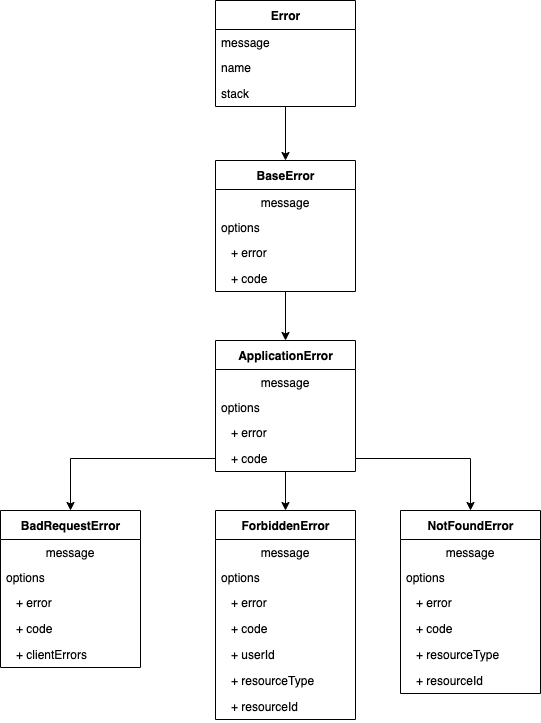
The draw.io diagram resources/diagram.png in DManavi/error_lib, before a commit. Source tidied: cells renumbered, new cells last; positions are measured from the earlier drawing's top-left corner, leaving out a move shared by most shapes.
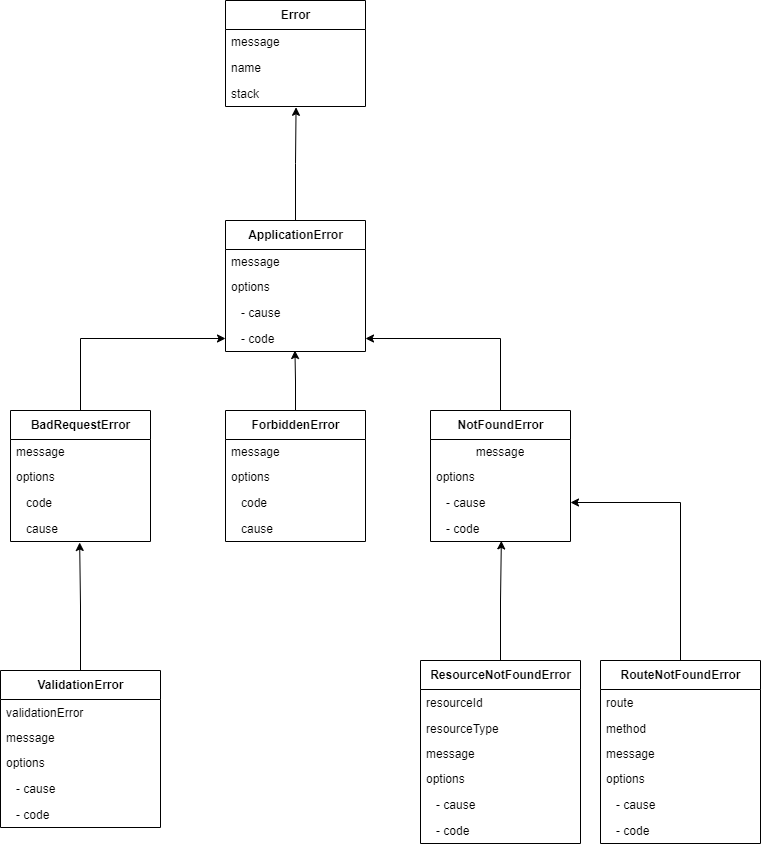
After the commit.

The edit, as a diff of the source:
```diff
@@ -2,29 +2,8 @@
   <root>
     <mxCell id="0" />
     <mxCell id="1" parent="0" />
-    <mxCell id="2" style="edgeStyle=orthogonalEdgeStyle;rounded=0;jettySize=auto;html=1;entryX=0.5;entryY=0;entryDx=0;entryDy=0;" parent="1" edge="1" source="3" target="14">
-      <mxGeometry relative="1" as="geometry" />
-    </mxCell>
-    <mxCell id="3" value="BaseError" style="swimlane;fontStyle=1;align=center;verticalAlign=middle;horizontal=1;startSize=29;html=1;" parent="1" vertex="1">
-      <mxGeometry x="215" y="160" width="140" height="131" as="geometry" />
-    </mxCell>
-    <mxCell id="4" value="message" style="text;html=1;strokeColor=none;fillColor=none;align=center;verticalAlign=middle;spacingLeft=4;spacingRight=4;overflow=hidden;" parent="3" vertex="1">
-      <mxGeometry y="29" width="140" height="25" as="geometry" />
-    </mxCell>
-    <mxCell id="5" value="options" style="text;html=1;strokeColor=none;fillColor=none;align=left;verticalAlign=middle;spacingLeft=4;spacingRight=4;overflow=hidden;" parent="3" vertex="1">
-      <mxGeometry y="54" width="140" height="25" as="geometry" />
-    </mxCell>
-    <mxCell id="6" value="   + error" style="text;strokeColor=none;fillColor=none;align=left;verticalAlign=top;spacingLeft=4;spacingRight=4;overflow=hidden;" parent="3" vertex="1">
-      <mxGeometry y="79" width="140" height="26" as="geometry" />
-    </mxCell>
-    <mxCell id="7" value="   + code" style="text;strokeColor=none;fillColor=none;align=left;verticalAlign=top;spacingLeft=4;spacingRight=4;overflow=hidden;" parent="3" vertex="1">
-      <mxGeometry y="105" width="140" height="26" as="geometry" />
-    </mxCell>
-    <mxCell id="8" style="edgeStyle=orthogonalEdgeStyle;rounded=0;jettySize=auto;html=1;entryX=0.5;entryY=0;entryDx=0;entryDy=0;" parent="1" edge="1" source="9" target="3">
-      <mxGeometry relative="1" as="geometry" />
-    </mxCell>
     <mxCell id="9" value="Error" style="swimlane;fontStyle=1;align=center;verticalAlign=middle;horizontal=1;startSize=29;html=1;" parent="1" vertex="1">
-      <mxGeometry x="215" width="140" height="106" as="geometry" />
+      <mxGeometry x="155" y="120" width="140" height="106" as="geometry" />
     </mxCell>
     <mxCell id="10" value="message" style="text;html=1;strokeColor=none;fillColor=none;align=left;verticalAlign=middle;spacingLeft=4;spacingRight=4;overflow=hidden;" parent="9" vertex="1">
       <mxGeometry y="29" width="140" height="25" as="geometry" />
@@ -35,68 +14,47 @@
     <mxCell id="12" value="stack" style="text;strokeColor=none;fillColor=none;align=left;verticalAlign=top;spacingLeft=4;spacingRight=4;overflow=hidden;points=[[0,0.5],[1,0.5]];portConstraint=eastwest;" parent="9" vertex="1">
       <mxGeometry y="80" width="140" height="26" as="geometry" />
     </mxCell>
-    <mxCell id="13" style="edgeStyle=orthogonalEdgeStyle;rounded=0;jettySize=auto;html=1;entryX=0.5;entryY=0;entryDx=0;entryDy=0;" parent="1" edge="1" source="14" target="25">
-      <mxGeometry relative="1" as="geometry" />
-    </mxCell>
+    <mxCell id="42" style="edgeStyle=orthogonalEdgeStyle;rounded=0;jettySize=auto;html=1;entryX=0.504;entryY=1.031;entryDx=0;entryDy=0;entryPerimeter=0;" parent="1" edge="1" source="14" target="12">
+      <mxGeometry relative="1" as="geometry" />
+    </mxCell>
     <mxCell id="14" value="ApplicationError" style="swimlane;fontStyle=1;align=center;verticalAlign=middle;horizontal=1;startSize=29;html=1;" parent="1" vertex="1">
-      <mxGeometry x="215" y="340" width="140" height="131" as="geometry" />
+      <mxGeometry x="155" y="340" width="140" height="131" as="geometry" />
     </mxCell>
-    <mxCell id="15" value="message" style="text;html=1;strokeColor=none;fillColor=none;align=center;verticalAlign=middle;spacingLeft=4;spacingRight=4;overflow=hidden;" parent="14" vertex="1">
+    <mxCell id="15" value="message" style="text;html=1;strokeColor=none;fillColor=none;align=left;verticalAlign=middle;spacingLeft=4;spacingRight=4;overflow=hidden;" parent="14" vertex="1">
       <mxGeometry y="29" width="140" height="25" as="geometry" />
     </mxCell>
-    <mxCell id="16" value="options" style="text;html=1;strokeColor=none;fillColor=none;align=left;verticalAlign=middle;spacingLeft=4;spacingRight=4;overflow=hidden;" parent="14" vertex="1">
-      <mxGeometry y="54" width="140" height="25" as="geometry" />
-    </mxCell>
+    <mxCell id="43" value="options" style="text;html=1;strokeColor=none;fillColor=none;align=left;verticalAlign=middle;spacingLeft=4;spacingRight=4;overflow=hidden;" parent="14" vertex="1">
+      <mxGeometry y="54" width="140" height="25" as="geometry" />
+    </mxCell>
-    <mxCell id="17" value="   + error" style="text;strokeColor=none;fillColor=none;align=left;verticalAlign=top;spacingLeft=4;spacingRight=4;overflow=hidden;" parent="14" vertex="1">
+    <mxCell id="17" value="   - cause" style="text;strokeColor=none;fillColor=none;align=left;verticalAlign=top;spacingLeft=4;spacingRight=4;overflow=hidden;" parent="14" vertex="1">
       <mxGeometry y="79" width="140" height="26" as="geometry" />
     </mxCell>
-    <mxCell id="18" value="   + code" style="text;strokeColor=none;fillColor=none;align=left;verticalAlign=top;spacingLeft=4;spacingRight=4;overflow=hidden;points=[[0,0.5],[1,0.5]];portConstraint=eastwest;" parent="14" vertex="1">
+    <mxCell id="18" value="   - code" style="text;strokeColor=none;fillColor=none;align=left;verticalAlign=top;spacingLeft=4;spacingRight=4;overflow=hidden;points=[[0,0.5],[1,0.5]];portConstraint=eastwest;" parent="14" vertex="1">
       <mxGeometry y="105" width="140" height="26" as="geometry" />
     </mxCell>
+    <mxCell id="44" style="edgeStyle=orthogonalEdgeStyle;rounded=0;jettySize=auto;html=1;entryX=0;entryY=0.5;entryDx=0;entryDy=0;" parent="1" edge="1" source="19" target="18">
+      <mxGeometry relative="1" as="geometry" />
+    </mxCell>
     <mxCell id="19" value="BadRequestError" style="swimlane;fontStyle=1;align=center;verticalAlign=middle;horizontal=1;startSize=29;html=1;" parent="1" vertex="1">
-      <mxGeometry y="510" width="140" height="157" as="geometry" />
+      <mxGeometry x="-60" y="530" width="140" height="131" as="geometry" />
     </mxCell>
-    <mxCell id="20" value="message" style="text;html=1;strokeColor=none;fillColor=none;align=center;verticalAlign=middle;spacingLeft=4;spacingRight=4;overflow=hidden;" parent="19" vertex="1">
+    <mxCell id="20" value="message" style="text;html=1;strokeColor=none;fillColor=none;align=left;verticalAlign=middle;spacingLeft=4;spacingRight=4;overflow=hidden;" parent="19" vertex="1">
       <mxGeometry y="29" width="140" height="25" as="geometry" />
     </mxCell>
-    <mxCell id="21" value="options" style="text;html=1;strokeColor=none;fillColor=none;align=left;verticalAlign=middle;spacingLeft=4;spacingRight=4;overflow=hidden;" parent="19" vertex="1">
-      <mxGeometry y="54" width="140" height="25" as="geometry" />
-    </mxCell>
-    <mxCell id="22" value="   + error" style="text;strokeColor=none;fillColor=none;align=left;verticalAlign=top;spacingLeft=4;spacingRight=4;overflow=hidden;" parent="19" vertex="1">
-      <mxGeometry y="79" width="140" height="26" as="geometry" />
-    </mxCell>
-    <mxCell id="23" value="   + code" style="text;strokeColor=none;fillColor=none;align=left;verticalAlign=top;spacingLeft=4;spacingRight=4;overflow=hidden;" parent="19" vertex="1">
-      <mxGeometry y="105" width="140" height="26" as="geometry" />
-    </mxCell>
-    <mxCell id="24" value="   + clientErrors" style="text;strokeColor=none;fillColor=none;align=left;verticalAlign=top;spacingLeft=4;spacingRight=4;overflow=hidden;" parent="19" vertex="1">
-      <mxGeometry y="131" width="140" height="26" as="geometry" />
-    </mxCell>
-    <mxCell id="25" value="ForbiddenError" style="swimlane;fontStyle=1;align=center;verticalAlign=middle;horizontal=1;startSize=29;html=1;" parent="1" vertex="1">
-      <mxGeometry x="215" y="510" width="140" height="209" as="geometry" />
-    </mxCell>
-    <mxCell id="26" value="message" style="text;html=1;strokeColor=none;fillColor=none;align=center;verticalAlign=middle;spacingLeft=4;spacingRight=4;overflow=hidden;" parent="25" vertex="1">
-      <mxGeometry y="29" width="140" height="25" as="geometry" />
-    </mxCell>
-    <mxCell id="27" value="options" style="text;html=1;strokeColor=none;fillColor=none;align=left;verticalAlign=middle;spacingLeft=4;spacingRight=4;overflow=hidden;" parent="25" vertex="1">
-      <mxGeometry y="54" width="140" height="25" as="geometry" />
-    </mxCell>
-    <mxCell id="28" value="   + error" style="text;strokeColor=none;fillColor=none;align=left;verticalAlign=top;spacingLeft=4;spacingRight=4;overflow=hidden;" parent="25" vertex="1">
-      <mxGeometry y="79" width="140" height="26" as="geometry" />
-    </mxCell>
-    <mxCell id="29" value="   + code" style="text;strokeColor=none;fillColor=none;align=left;verticalAlign=top;spacingLeft=4;spacingRight=4;overflow=hidden;" parent="25" vertex="1">
-      <mxGeometry y="105" width="140" height="26" as="geometry" />
-    </mxCell>
-    <mxCell id="30" value="   + userId" style="text;strokeColor=none;fillColor=none;align=left;verticalAlign=top;spacingLeft=4;spacingRight=4;overflow=hidden;" parent="25" vertex="1">
-      <mxGeometry y="131" width="140" height="26" as="geometry" />
-    </mxCell>
-    <mxCell id="31" value="   + resourceType" style="text;strokeColor=none;fillColor=none;align=left;verticalAlign=top;spacingLeft=4;spacingRight=4;overflow=hidden;" parent="25" vertex="1">
-      <mxGeometry y="157" width="140" height="26" as="geometry" />
-    </mxCell>
-    <mxCell id="32" value="   + resourceId" style="text;strokeColor=none;fillColor=none;align=left;verticalAlign=top;spacingLeft=4;spacingRight=4;overflow=hidden;" parent="25" vertex="1">
-      <mxGeometry y="183" width="140" height="26" as="geometry" />
-    </mxCell>
+    <mxCell id="45" value="options" style="text;html=1;strokeColor=none;fillColor=none;align=left;verticalAlign=middle;spacingLeft=4;spacingRight=4;overflow=hidden;" parent="19" vertex="1">
+      <mxGeometry y="54" width="140" height="25" as="geometry" />
+    </mxCell>
+    <mxCell id="46" value="   code" style="text;strokeColor=none;fillColor=none;align=left;verticalAlign=top;spacingLeft=4;spacingRight=4;overflow=hidden;" parent="19" vertex="1">
+      <mxGeometry y="79" width="140" height="26" as="geometry" />
+    </mxCell>
+    <mxCell id="47" value="   cause" style="text;strokeColor=none;fillColor=none;align=left;verticalAlign=top;spacingLeft=4;spacingRight=4;overflow=hidden;points=[[0,0.5],[1,0.5]];portConstraint=eastwest;" parent="19" vertex="1">
+      <mxGeometry y="105" width="140" height="26" as="geometry" />
+    </mxCell>
+    <mxCell id="48" style="edgeStyle=orthogonalEdgeStyle;rounded=0;jettySize=auto;html=1;entryX=1;entryY=0.5;entryDx=0;entryDy=0;" parent="1" edge="1" source="33" target="18">
+      <mxGeometry relative="1" as="geometry" />
+    </mxCell>
     <mxCell id="33" value="NotFoundError" style="swimlane;fontStyle=1;align=center;verticalAlign=middle;horizontal=1;startSize=29;html=1;" parent="1" vertex="1">
-      <mxGeometry x="400" y="510" width="140" height="183" as="geometry" />
+      <mxGeometry x="360" y="530" width="140" height="131" as="geometry" />
     </mxCell>
     <mxCell id="34" value="message" style="text;html=1;strokeColor=none;fillColor=none;align=center;verticalAlign=middle;spacingLeft=4;spacingRight=4;overflow=hidden;" parent="33" vertex="1">
       <mxGeometry y="29" width="140" height="25" as="geometry" />
@@ -104,23 +62,98 @@
     <mxCell id="35" value="options" style="text;html=1;strokeColor=none;fillColor=none;align=left;verticalAlign=middle;spacingLeft=4;spacingRight=4;overflow=hidden;" parent="33" vertex="1">
       <mxGeometry y="54" width="140" height="25" as="geometry" />
     </mxCell>
-    <mxCell id="36" value="   + error" style="text;strokeColor=none;fillColor=none;align=left;verticalAlign=top;spacingLeft=4;spacingRight=4;overflow=hidden;points=[[0,0.5],[1,0.5]];portConstraint=eastwest;" parent="33" vertex="1">
+    <mxCell id="36" value="   - cause" style="text;strokeColor=none;fillColor=none;align=left;verticalAlign=top;spacingLeft=4;spacingRight=4;overflow=hidden;points=[[0,0.5],[1,0.5]];portConstraint=eastwest;" parent="33" vertex="1">
       <mxGeometry y="79" width="140" height="26" as="geometry" />
     </mxCell>
-    <mxCell id="37" value="   + code" style="text;strokeColor=none;fillColor=none;align=left;verticalAlign=top;spacingLeft=4;spacingRight=4;overflow=hidden;points=[[0,0.5],[1,0.5]];portConstraint=eastwest;" parent="33" vertex="1">
+    <mxCell id="37" value="   - code" style="text;strokeColor=none;fillColor=none;align=left;verticalAlign=top;spacingLeft=4;spacingRight=4;overflow=hidden;points=[[0,0.5],[1,0.5]];portConstraint=eastwest;" parent="33" vertex="1">
       <mxGeometry y="105" width="140" height="26" as="geometry" />
     </mxCell>
-    <mxCell id="38" value="   + resourceType" style="text;strokeColor=none;fillColor=none;align=left;verticalAlign=top;spacingLeft=4;spacingRight=4;overflow=hidden;" parent="33" vertex="1">
-      <mxGeometry y="131" width="140" height="26" as="geometry" />
-    </mxCell>
-    <mxCell id="39" value="   + resourceId" style="text;strokeColor=none;fillColor=none;align=left;verticalAlign=top;spacingLeft=4;spacingRight=4;overflow=hidden;" parent="33" vertex="1">
-      <mxGeometry y="157" width="140" height="26" as="geometry" />
-    </mxCell>
-    <mxCell id="40" style="edgeStyle=orthogonalEdgeStyle;rounded=0;jettySize=auto;html=1;entryX=0.5;entryY=0;entryDx=0;entryDy=0;" parent="1" edge="1" source="18" target="19">
-      <mxGeometry relative="1" as="geometry" />
-    </mxCell>
-    <mxCell id="41" style="edgeStyle=orthogonalEdgeStyle;rounded=0;jettySize=auto;html=1;entryX=0.5;entryY=0;entryDx=0;entryDy=0;" parent="1" edge="1" source="18" target="33">
-      <mxGeometry relative="1" as="geometry" />
-    </mxCell>
+    <mxCell id="49" style="edgeStyle=orthogonalEdgeStyle;rounded=0;jettySize=auto;html=1;entryX=0.506;entryY=0.977;entryDx=0;entryDy=0;entryPerimeter=0;" parent="1" edge="1" source="50" target="37">
+      <mxGeometry relative="1" as="geometry" />
+    </mxCell>
+    <mxCell id="50" value="ResourceNotFoundError" style="swimlane;fontStyle=1;align=center;verticalAlign=middle;horizontal=1;startSize=29;html=1;" parent="1" vertex="1">
+      <mxGeometry x="350" y="780" width="160" height="183" as="geometry" />
+    </mxCell>
+    <mxCell id="51" value="resourceId" style="text;strokeColor=none;fillColor=none;align=left;verticalAlign=top;spacingLeft=4;spacingRight=4;overflow=hidden;" parent="50" vertex="1">
+      <mxGeometry y="29" width="160" height="26" as="geometry" />
+    </mxCell>
+    <mxCell id="52" value="resourceType" style="text;strokeColor=none;fillColor=none;align=left;verticalAlign=top;spacingLeft=4;spacingRight=4;overflow=hidden;" parent="50" vertex="1">
+      <mxGeometry y="55" width="160" height="26" as="geometry" />
+    </mxCell>
+    <mxCell id="53" value="message" style="text;html=1;strokeColor=none;fillColor=none;align=left;verticalAlign=middle;spacingLeft=4;spacingRight=4;overflow=hidden;" parent="50" vertex="1">
+      <mxGeometry y="81" width="160" height="25" as="geometry" />
+    </mxCell>
+    <mxCell id="54" value="options" style="text;html=1;strokeColor=none;fillColor=none;align=left;verticalAlign=middle;spacingLeft=4;spacingRight=4;overflow=hidden;" parent="50" vertex="1">
+      <mxGeometry y="106" width="160" height="25" as="geometry" />
+    </mxCell>
+    <mxCell id="55" value="   - cause" style="text;strokeColor=none;fillColor=none;align=left;verticalAlign=top;spacingLeft=4;spacingRight=4;overflow=hidden;" parent="50" vertex="1">
+      <mxGeometry y="131" width="160" height="26" as="geometry" />
+    </mxCell>
+    <mxCell id="56" value="   - code" style="text;strokeColor=none;fillColor=none;align=left;verticalAlign=top;spacingLeft=4;spacingRight=4;overflow=hidden;" parent="50" vertex="1">
+      <mxGeometry y="157" width="160" height="26" as="geometry" />
+    </mxCell>
+    <mxCell id="57" style="edgeStyle=orthogonalEdgeStyle;rounded=0;jettySize=auto;html=1;entryX=1;entryY=0.5;entryDx=0;entryDy=0;" parent="1" edge="1" source="58" target="36">
+      <mxGeometry relative="1" as="geometry" />
+    </mxCell>
+    <mxCell id="58" value="RouteNotFoundError" style="swimlane;fontStyle=1;align=center;verticalAlign=middle;horizontal=1;startSize=29;html=1;" parent="1" vertex="1">
+      <mxGeometry x="530" y="780" width="160" height="183" as="geometry" />
+    </mxCell>
+    <mxCell id="59" value="route" style="text;strokeColor=none;fillColor=none;align=left;verticalAlign=top;spacingLeft=4;spacingRight=4;overflow=hidden;" parent="58" vertex="1">
+      <mxGeometry y="29" width="160" height="26" as="geometry" />
+    </mxCell>
+    <mxCell id="60" value="method" style="text;strokeColor=none;fillColor=none;align=left;verticalAlign=top;spacingLeft=4;spacingRight=4;overflow=hidden;" parent="58" vertex="1">
+      <mxGeometry y="55" width="160" height="26" as="geometry" />
+    </mxCell>
+    <mxCell id="61" value="message" style="text;html=1;strokeColor=none;fillColor=none;align=left;verticalAlign=middle;spacingLeft=4;spacingRight=4;overflow=hidden;" parent="58" vertex="1">
+      <mxGeometry y="81" width="160" height="25" as="geometry" />
+    </mxCell>
+    <mxCell id="62" value="options" style="text;html=1;strokeColor=none;fillColor=none;align=left;verticalAlign=middle;spacingLeft=4;spacingRight=4;overflow=hidden;" parent="58" vertex="1">
+      <mxGeometry y="106" width="160" height="25" as="geometry" />
+    </mxCell>
+    <mxCell id="63" value="   - cause" style="text;strokeColor=none;fillColor=none;align=left;verticalAlign=top;spacingLeft=4;spacingRight=4;overflow=hidden;" parent="58" vertex="1">
+      <mxGeometry y="131" width="160" height="26" as="geometry" />
+    </mxCell>
+    <mxCell id="64" value="   - code" style="text;strokeColor=none;fillColor=none;align=left;verticalAlign=top;spacingLeft=4;spacingRight=4;overflow=hidden;" parent="58" vertex="1">
+      <mxGeometry y="157" width="160" height="26" as="geometry" />
+    </mxCell>
+    <mxCell id="65" style="edgeStyle=orthogonalEdgeStyle;rounded=0;jettySize=auto;html=1;entryX=0.496;entryY=0.962;entryDx=0;entryDy=0;entryPerimeter=0;" parent="1" edge="1" source="25" target="18">
+      <mxGeometry relative="1" as="geometry" />
+    </mxCell>
+    <mxCell id="25" value="ForbiddenError" style="swimlane;fontStyle=1;align=center;verticalAlign=middle;horizontal=1;startSize=29;html=1;" parent="1" vertex="1">
+      <mxGeometry x="155" y="530" width="140" height="131" as="geometry" />
+    </mxCell>
+    <mxCell id="66" value="message" style="text;html=1;strokeColor=none;fillColor=none;align=left;verticalAlign=middle;spacingLeft=4;spacingRight=4;overflow=hidden;" parent="25" vertex="1">
+      <mxGeometry y="29" width="140" height="25" as="geometry" />
+    </mxCell>
+    <mxCell id="67" value="options" style="text;html=1;strokeColor=none;fillColor=none;align=left;verticalAlign=middle;spacingLeft=4;spacingRight=4;overflow=hidden;" parent="25" vertex="1">
+      <mxGeometry y="54" width="140" height="25" as="geometry" />
+    </mxCell>
+    <mxCell id="68" value="   code" style="text;strokeColor=none;fillColor=none;align=left;verticalAlign=top;spacingLeft=4;spacingRight=4;overflow=hidden;" parent="25" vertex="1">
+      <mxGeometry y="79" width="140" height="26" as="geometry" />
+    </mxCell>
+    <mxCell id="69" value="   cause" style="text;strokeColor=none;fillColor=none;align=left;verticalAlign=top;spacingLeft=4;spacingRight=4;overflow=hidden;" parent="25" vertex="1">
+      <mxGeometry y="105" width="140" height="26" as="geometry" />
+    </mxCell>
+    <mxCell id="70" style="edgeStyle=orthogonalEdgeStyle;rounded=0;jettySize=auto;html=1;entryX=0.494;entryY=1.038;entryDx=0;entryDy=0;entryPerimeter=0;" parent="1" edge="1" source="71" target="47">
+      <mxGeometry relative="1" as="geometry" />
+    </mxCell>
+    <mxCell id="71" value="ValidationError" style="swimlane;fontStyle=1;align=center;verticalAlign=middle;horizontal=1;startSize=29;html=1;" parent="1" vertex="1">
+      <mxGeometry x="-70" y="790" width="160" height="157" as="geometry" />
+    </mxCell>
+    <mxCell id="72" value="validationError" style="text;strokeColor=none;fillColor=none;align=left;verticalAlign=top;spacingLeft=4;spacingRight=4;overflow=hidden;" parent="71" vertex="1">
+      <mxGeometry y="29" width="160" height="26" as="geometry" />
+    </mxCell>
+    <mxCell id="73" value="message" style="text;html=1;strokeColor=none;fillColor=none;align=left;verticalAlign=middle;spacingLeft=4;spacingRight=4;overflow=hidden;" parent="71" vertex="1">
+      <mxGeometry y="55" width="160" height="25" as="geometry" />
+    </mxCell>
+    <mxCell id="74" value="options" style="text;html=1;strokeColor=none;fillColor=none;align=left;verticalAlign=middle;spacingLeft=4;spacingRight=4;overflow=hidden;" parent="71" vertex="1">
+      <mxGeometry y="80" width="160" height="25" as="geometry" />
+    </mxCell>
+    <mxCell id="75" value="   - cause" style="text;strokeColor=none;fillColor=none;align=left;verticalAlign=top;spacingLeft=4;spacingRight=4;overflow=hidden;" parent="71" vertex="1">
+      <mxGeometry y="105" width="160" height="26" as="geometry" />
+    </mxCell>
+    <mxCell id="76" value="   - code" style="text;strokeColor=none;fillColor=none;align=left;verticalAlign=top;spacingLeft=4;spacingRight=4;overflow=hidden;" parent="71" vertex="1">
+      <mxGeometry y="131" width="160" height="26" as="geometry" />
+    </mxCell>
   </root>
 </mxGraphModel>
```
